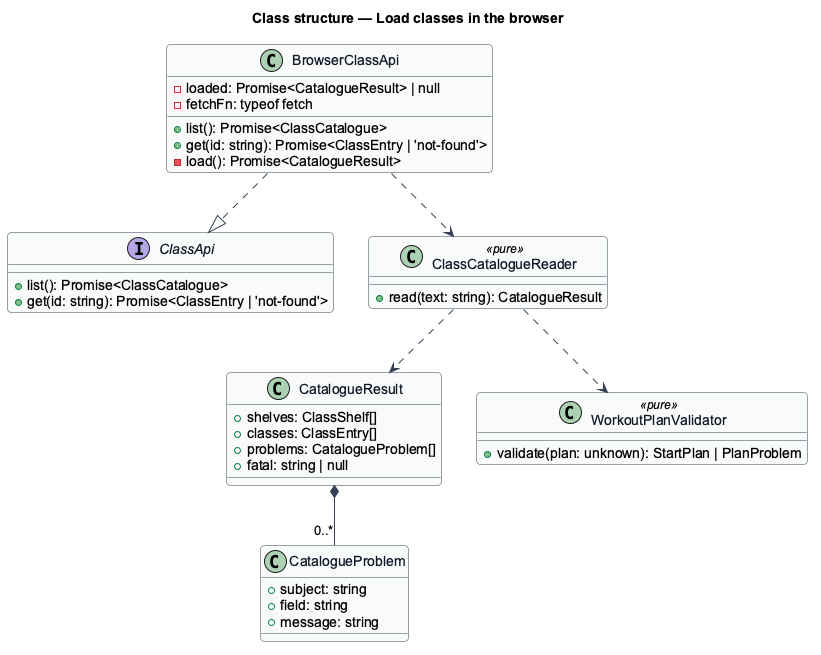
Above: docs/detailed-designs/browser-edition/load-classes-in-browser/diagrams/class-structure.png in QuinntyneBrown/ride-one (PlantUML), before the change.
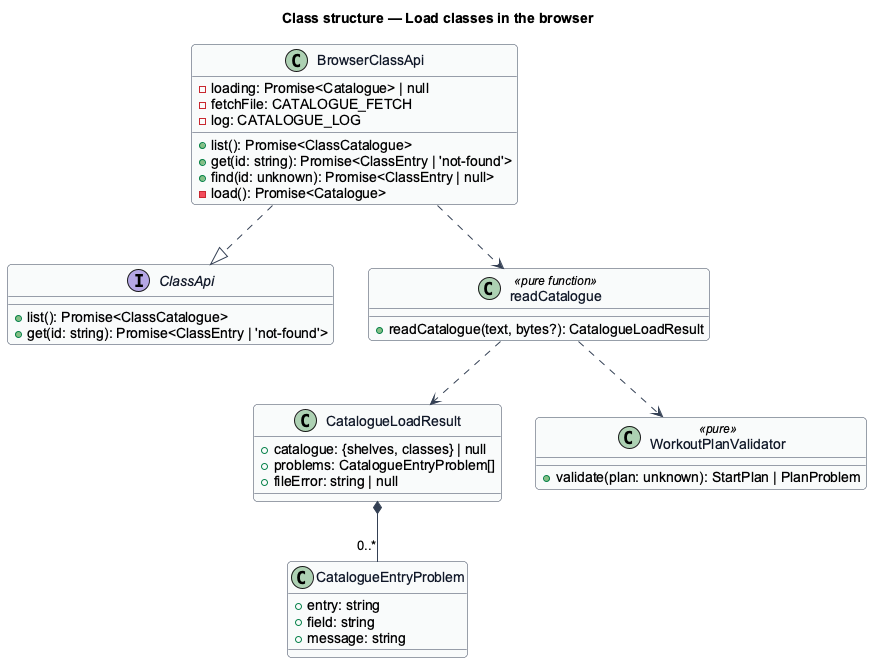
After the commit.

The edit, as a diff of the source:
```diff
@@ -16,23 +16,24 @@
   +get(id: string): Promise<ClassEntry | 'not-found'>
 }
 class BrowserClassApi {
-  -loaded: Promise<CatalogueResult> | null
-  -fetchFn: typeof fetch
+  -loading: Promise<Catalogue> | null
+  -fetchFile: CATALOGUE_FETCH
+  -log: CATALOGUE_LOG
   +list(): Promise<ClassCatalogue>
   +get(id: string): Promise<ClassEntry | 'not-found'>
-  -load(): Promise<CatalogueResult>
+  +find(id: unknown): Promise<ClassEntry | null>
+  -load(): Promise<Catalogue>
 }
-class ClassCatalogueReader <<pure>> {
-  +read(text: string): CatalogueResult
+class "readCatalogue" as ClassCatalogueReader <<pure function>> {
+  +readCatalogue(text, bytes?): CatalogueLoadResult
 }
-class CatalogueResult {
-  +shelves: ClassShelf[]
-  +classes: ClassEntry[]
-  +problems: CatalogueProblem[]
-  +fatal: string | null
+class "CatalogueLoadResult" as CatalogueResult {
+  +catalogue: {shelves, classes} | null
+  +problems: CatalogueEntryProblem[]
+  +fileError: string | null
 }
-class CatalogueProblem {
-  +subject: string
+class "CatalogueEntryProblem" as CatalogueProblem {
+  +entry: string
   +field: string
   +message: string
 }
```
